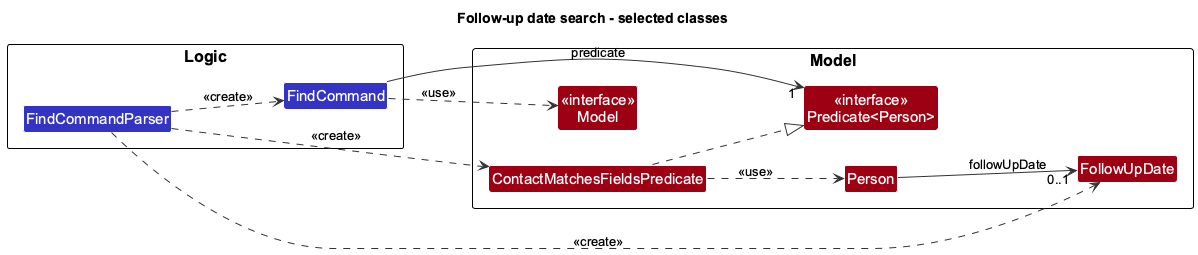
Before: docs/images/FindFollowUpDateClass.png, a diagram exported from PlantUML (AY2627S1-CS2103T-W11-2/tp).
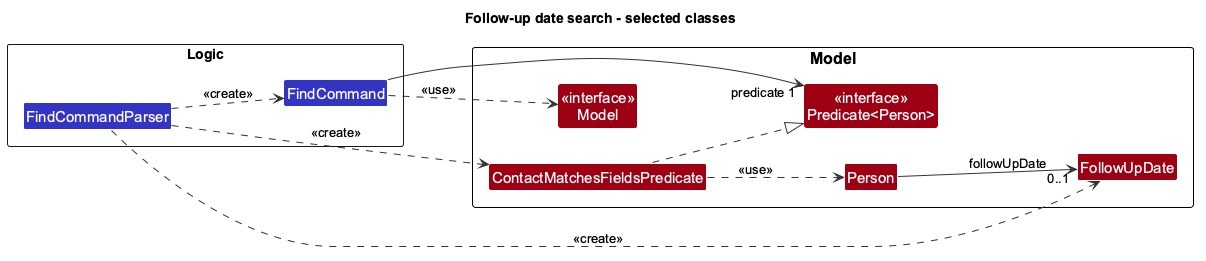
The same file after the commit.

What changed in the source:
```diff
@@ -24,7 +24,7 @@
 FindCommandParser ..> FindCommand : <<create>>
 FindCommandParser ..> ContactMatchesFieldsPredicate : <<create>>
 FindCommandParser ..> FollowUpDate : <<create>>
-FindCommand -right-> "1" PersonPredicate : predicate
+FindCommand -right-> "predicate 1" PersonPredicate
 FindCommand ..> ModelApi : <<use>>
 ContactMatchesFieldsPredicate ..|> PersonPredicate
 ContactMatchesFieldsPredicate ..> Person : <<use>>
```
